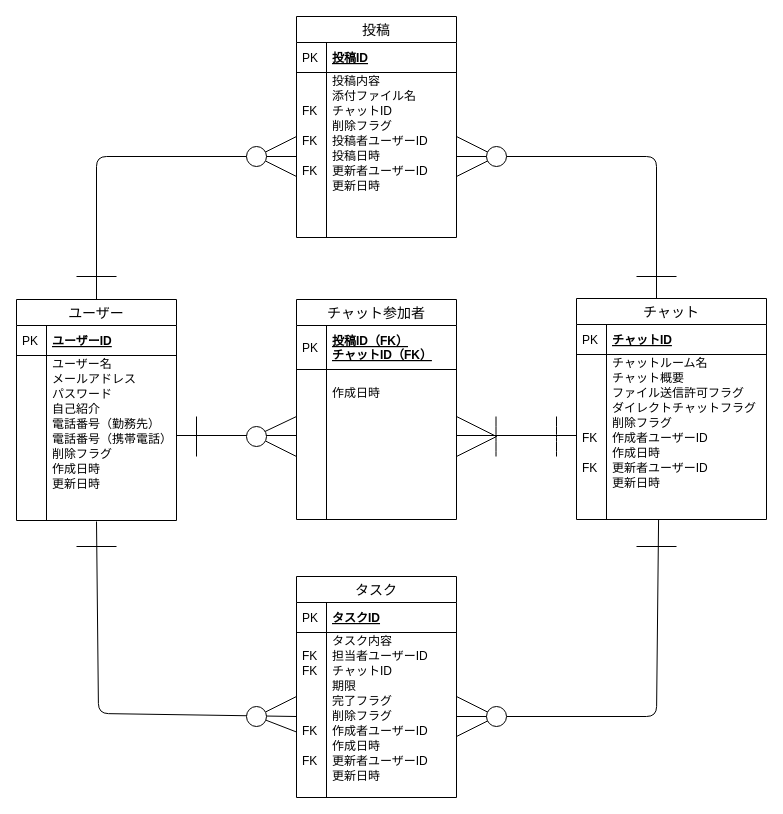
kazuyanakata/quelcode-db keeps this draw.io diagram as db/db-challenge1/dbchallenge1.drawio. Above is the earlier version. Source tidied: cells renumbered, new cells numbered last; positions are measured from the earlier drawing's top-left corner, leaving out a move shared by most shapes. Both pictures are drawn from the tidied source at 100%, with x=0, y=0 at pixel (16, 16).
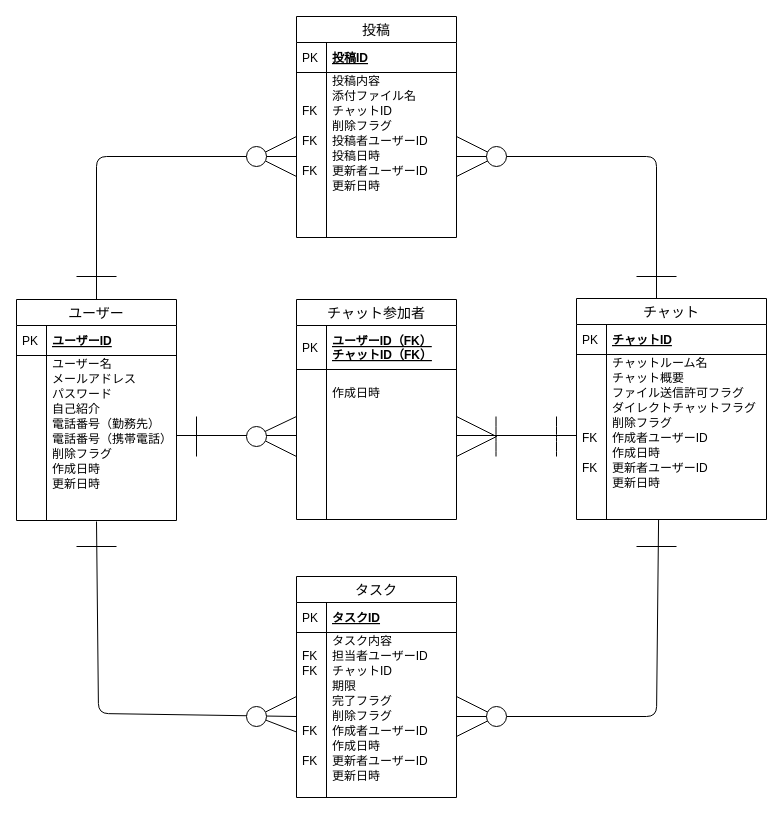
After the change.

Commit message:
チャット参加者のPK変更(修正時の記入ミス)

Unchanged cells that the change refers to:
```xml
<mxCell id="82" value="チャット参加者" style="swimlane;fontStyle=0;horizontal=1;startSize=26;align=center;fontSize=14;" parent="1" vertex="1">
  <mxGeometry x="280" y="283" width="160" height="220" as="geometry" />
</mxCell>
```

The edit, as a diff of the source:
```diff
@@
-    <mxCell id="83" value="投稿ID（FK）&#10;チャットID（FK）" style="shape=partialRectangle;top=0;left=0;right=0;bottom=1;align=left;verticalAlign=middle;fillColor=none;spacingLeft=34;spacingRight=4;overflow=hidden;fontStyle=5;fontSize=12;" parent="82" vertex="1">
+    <mxCell id="83" value="ユーザーID（FK）&#10;チャットID（FK）" style="shape=partialRectangle;top=0;left=0;right=0;bottom=1;align=left;verticalAlign=middle;fillColor=none;spacingLeft=34;spacingRight=4;overflow=hidden;fontStyle=5;fontSize=12;" parent="82" vertex="1">
       <mxGeometry y="26" width="160" height="44" as="geometry" />
     </mxCell>
```
